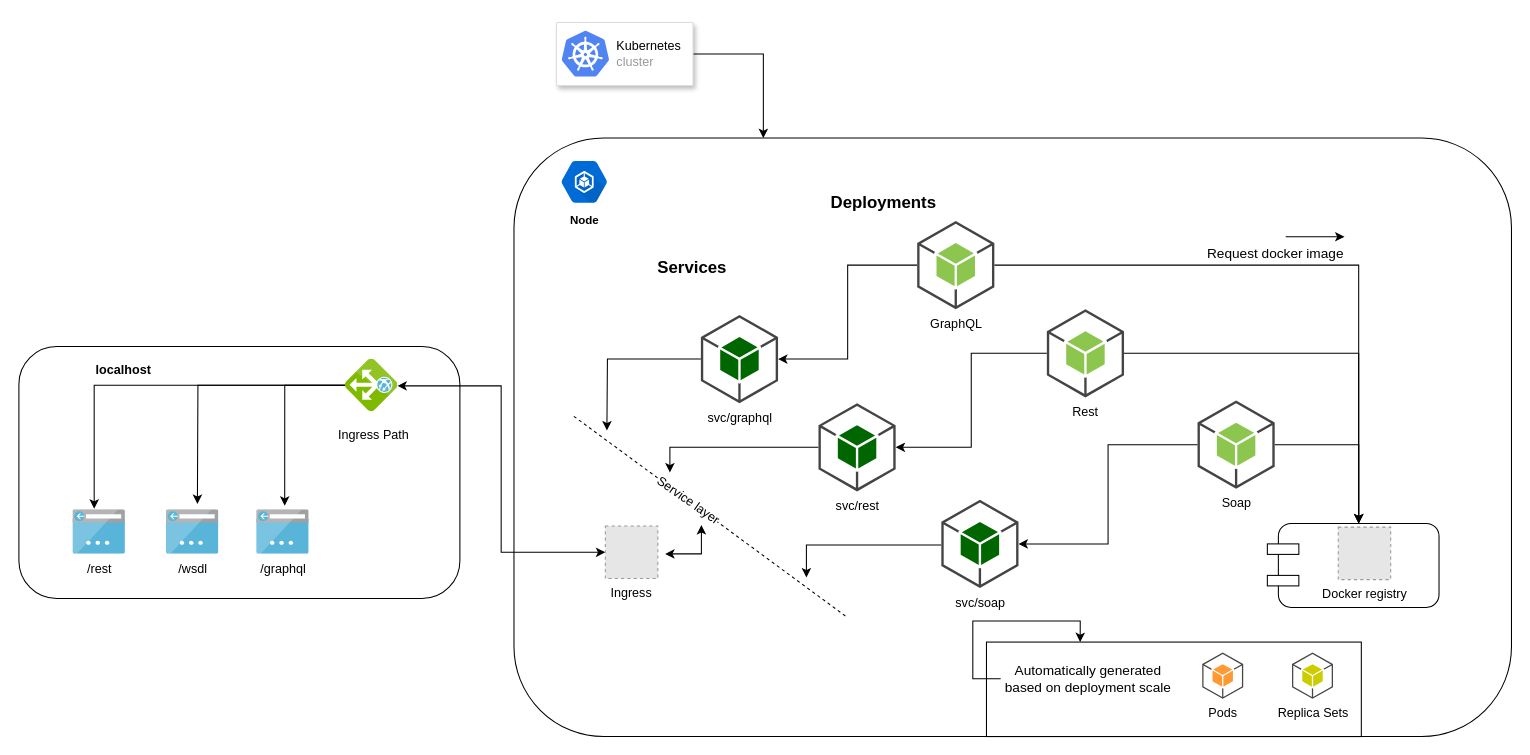
This is resources/Kubernetes-Diagram.drawio.xml from mariohercules/k8s-pods, a draw.io file, before an edit. Source tidied: cells renumbered, new cells numbered last; positions are measured from the earlier drawing's top-left corner, leaving out a move shared by most shapes. Both pictures are drawn from the tidied source at 105%, with x=0, y=0 at pixel (19, 22). Pictures stored in the file or linked from it are replaced by grey dashed boxes.
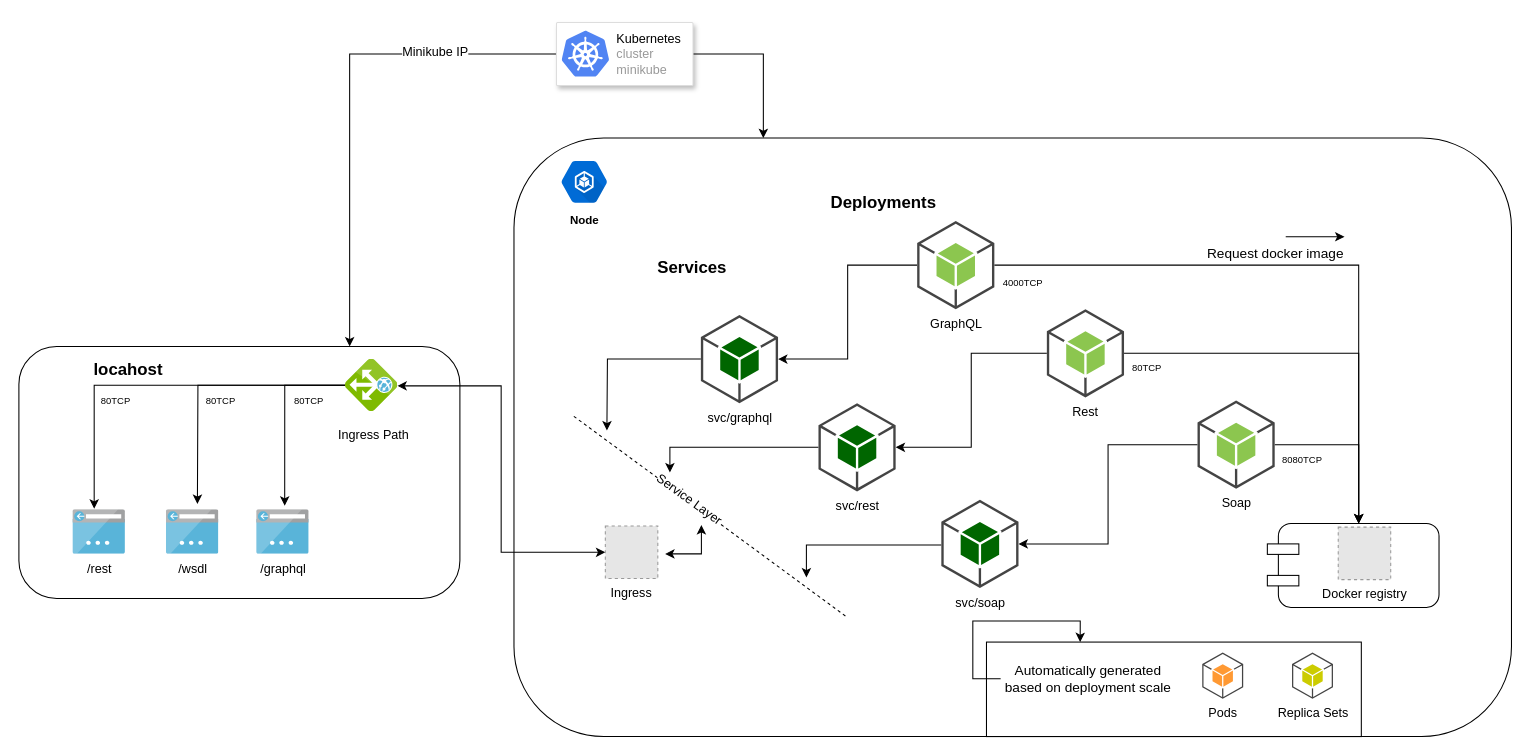
The same diagram, later.

Unchanged cells that the change refers to:
```xml
<mxCell id="5" style="whiteSpace=wrap;html=1;rounded=1;glass=0;fontSize=12;fillColor=none;" parent="1" vertex="1">
  <mxGeometry x="-0.5" y="308.5" width="420" height="240" as="geometry" />
</mxCell>
<mxCell id="38" style="endArrow=none;dashed=1;html=1;shadow=0;fontSize=12;" parent="1" edge="1">
  <mxGeometry relative="1" as="geometry">
    <mxPoint x="528" y="375" as="sourcePoint" />
    <mxPoint x="788.5" y="566.5" as="targetPoint" />
  </mxGeometry>
</mxCell>
<mxCell id="43" style="strokeColor=#dddddd;fillColor=#ffffff;shadow=1;strokeWidth=1;rounded=1;absoluteArcSize=1;arcSize=2;glass=0;fontSize=12;" parent="1" vertex="1">
  <mxGeometry x="511.5" width="130" height="60" as="geometry" />
</mxCell>
```

Diff of the diagram source:
```diff
@@
-    <mxCell id="39" value="Service layer" style="text;html=1;align=center;verticalAlign=middle;labelBackgroundColor=#ffffff;fontSize=12;rotation=35;" parent="38" vertex="1">
+    <mxCell id="39" value="Service Layer" style="text;html=1;align=center;verticalAlign=middle;labelBackgroundColor=#ffffff;fontSize=12;rotation=36;" parent="38" vertex="1">
       <mxGeometry x="0.28" y="-1" relative="1" as="geometry">
-        <mxPoint x="-57.5" y="-44" as="offset" />
+        <mxPoint x="-56.5" y="-45" as="offset" />
       </mxGeometry>
     </mxCell>
-    <mxCell id="40" value="localhost" style="text;html=1;align=left;verticalAlign=top;spacingTop=-4;fontSize=12;fontStyle=1;" parent="1" vertex="1">
-      <mxGeometry x="71" y="320.5" width="60" height="20" as="geometry" />
-    </mxCell>
@@
+    <mxCell id="51" style="edgeStyle=orthogonalEdgeStyle;rounded=0;jettySize=auto;html=1;entryX=0.75;entryY=0;entryDx=0;entryDy=0;fontSize=9;" parent="1" edge="1" source="43" target="5">
+      <mxGeometry relative="1" as="geometry" />
+    </mxCell>
@@
-    <mxCell id="44" value="&lt;font color=&quot;#000000&quot;&gt;Kubernetes&lt;/font&gt;&lt;br&gt;cluster" style="dashed=0;html=1;fillColor=#5184F3;strokeColor=none;shape=mxgraph.gcp2.kubernetes_logo;labelPosition=right;verticalLabelPosition=middle;align=left;verticalAlign=middle;spacingLeft=5;fontColor=#999999;fontSize=12;" parent="43" vertex="1">
+    <mxCell id="44" value="&lt;font color=&quot;#000000&quot;&gt;Kubernetes&lt;/font&gt;&lt;br&gt;cluster&lt;br&gt;minikube&lt;br&gt;" style="dashed=0;html=1;fillColor=#5184F3;strokeColor=none;shape=mxgraph.gcp2.kubernetes_logo;labelPosition=right;verticalLabelPosition=middle;align=left;verticalAlign=middle;spacingLeft=5;fontColor=#999999;fontSize=12;" parent="43" vertex="1">
       <mxGeometry width="45" height="43.65" relative="1" as="geometry">
         <mxPoint x="5" y="7.7" as="offset" />
       </mxGeometry>
     </mxCell>
@@
+    <mxCell id="52" value="4000TCP" style="text;html=1;align=left;verticalAlign=top;spacingTop=-4;fontSize=9;" parent="1" vertex="1">
+      <mxGeometry x="934.5" y="240" width="70" height="20" as="geometry" />
+    </mxCell>
+    <mxCell id="53" value="80TCP" style="text;html=1;align=left;verticalAlign=top;spacingTop=-4;fontSize=9;" parent="1" vertex="1">
+      <mxGeometry x="1057.5" y="320.5" width="50" height="20" as="geometry" />
+    </mxCell>
+    <mxCell id="54" value="8080TCP" style="text;html=1;align=left;verticalAlign=top;spacingTop=-4;fontSize=9;" parent="1" vertex="1">
+      <mxGeometry x="1201" y="408.5" width="70" height="20" as="geometry" />
+    </mxCell>
+    <mxCell id="55" value="80TCP" style="text;html=1;align=left;verticalAlign=top;spacingTop=-4;fontSize=9;" parent="1" vertex="1">
+      <mxGeometry x="176" y="352.5" width="50" height="20" as="geometry" />
+    </mxCell>
+    <mxCell id="56" value="80TCP" style="text;html=1;align=left;verticalAlign=top;spacingTop=-4;fontSize=9;" parent="1" vertex="1">
+      <mxGeometry x="76" y="352.5" width="50" height="20" as="geometry" />
+    </mxCell>
+    <mxCell id="57" value="80TCP" style="text;html=1;align=left;verticalAlign=top;spacingTop=-4;fontSize=9;" parent="1" vertex="1">
+      <mxGeometry x="259.5" y="352.5" width="50" height="20" as="geometry" />
+    </mxCell>
+    <mxCell id="58" value="Minikube IP" style="text;html=1;align=center;verticalAlign=middle;labelBackgroundColor=#ffffff;fontSize=12;rotation=0;" parent="1" vertex="1">
+      <mxGeometry x="430.9" y="30.2" as="geometry">
+        <mxPoint x="-35.5" y="-3" as="offset" />
+      </mxGeometry>
+    </mxCell>
+    <mxCell id="59" value="locahost" style="text;html=1;align=left;verticalAlign=top;spacingTop=-4;fontSize=16;fontStyle=1;" parent="1" vertex="1">
+      <mxGeometry x="69" y="317.5" width="80" height="20" as="geometry" />
+    </mxCell>
```
